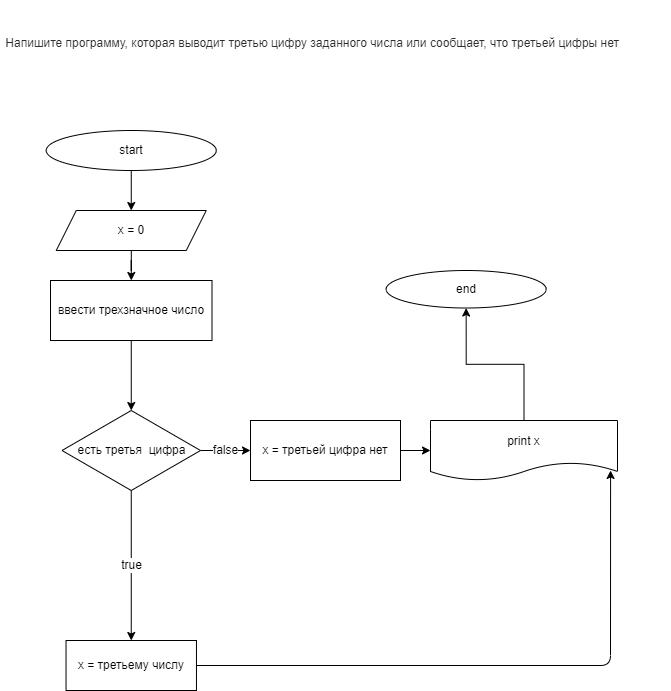
Before: dz2_zadacha13/digram.drawio.png, a diagram exported from draw.io (sntitar/DZ_C-). Source tidied: cells renumbered, new cells last; positions are measured from the earlier drawing's top-left corner, leaving out a move shared by most shapes. Its diagram source:
```xml
<mxGraphModel>
  <root>
    <mxCell id="0" />
    <mxCell id="1" parent="0" />
    <mxCell id="2" style="edgeStyle=orthogonalEdgeStyle;rounded=0;jettySize=auto;html=1;" parent="1" edge="1" source="3" target="5">
      <mxGeometry relative="1" as="geometry" />
    </mxCell>
    <mxCell id="3" value="start" style="ellipse;whiteSpace=wrap;html=1;" parent="1" vertex="1">
      <mxGeometry x="45.8" y="130" width="170" height="40" as="geometry" />
    </mxCell>
    <mxCell id="4" style="edgeStyle=orthogonalEdgeStyle;rounded=0;jettySize=auto;html=1;" parent="1" edge="1" source="5">
      <mxGeometry relative="1" as="geometry">
        <mxPoint x="130.8" y="280" as="targetPoint" />
      </mxGeometry>
    </mxCell>
    <mxCell id="5" value="x = 0" style="shape=parallelogram;perimeter=parallelogramPerimeter;whiteSpace=wrap;html=1;fixedSize=1;" parent="1" vertex="1">
      <mxGeometry x="55.8" y="210" width="150" height="40" as="geometry" />
    </mxCell>
    <mxCell id="6" style="edgeStyle=none;html=1;fontSize=12;" parent="1" edge="1" source="7" target="16">
      <mxGeometry relative="1" as="geometry" />
    </mxCell>
    <mxCell id="7" value="&lt;span&gt;ввести трехзначное число&lt;/span&gt;" style="whiteSpace=wrap;html=1;" parent="1" vertex="1">
      <mxGeometry x="50" y="280" width="161.5" height="60" as="geometry" />
    </mxCell>
    <mxCell id="8" style="edgeStyle=none;html=1;entryX=0.963;entryY=0.833;entryDx=0;entryDy=0;entryPerimeter=0;" parent="1" edge="1" source="9" target="11">
      <mxGeometry relative="1" as="geometry">
        <Array as="points">
          <mxPoint x="610" y="665" />
        </Array>
      </mxGeometry>
    </mxCell>
    <mxCell id="9" value="x = третьему числу" style="whiteSpace=wrap;html=1;" parent="1" vertex="1">
      <mxGeometry x="65.5" y="640" width="130.4" height="50" as="geometry" />
    </mxCell>
    <mxCell id="10" style="edgeStyle=orthogonalEdgeStyle;rounded=0;jettySize=auto;html=1;" parent="1" edge="1" source="11" target="12">
      <mxGeometry relative="1" as="geometry" />
    </mxCell>
    <mxCell id="11" value="print x" style="shape=document;whiteSpace=wrap;html=1;boundedLbl=1;" parent="1" vertex="1">
      <mxGeometry x="430" y="420" width="187" height="60" as="geometry" />
    </mxCell>
    <mxCell id="12" value="end" style="ellipse;whiteSpace=wrap;html=1;" parent="1" vertex="1">
      <mxGeometry x="385.7" y="270" width="160" height="37.5" as="geometry" />
    </mxCell>
    <mxCell id="13" value="&lt;br&gt;&lt;br&gt;&lt;font style=&quot;font-size: 12px&quot;&gt;&lt;span style=&quot;color: rgb(44 , 45 , 48) ; font-family: &amp;#34;roboto&amp;#34; , &amp;#34;san francisco&amp;#34; , &amp;#34;helvetica neue&amp;#34; , &amp;#34;helvetica&amp;#34; , &amp;#34;arial&amp;#34; ; font-style: normal ; font-weight: 400 ; letter-spacing: normal ; text-indent: 0px ; text-transform: none ; word-spacing: 0px ; background-color: rgb(255 , 255 , 255) ; display: inline ; float: none&quot;&gt;&amp;nbsp;Напишите программу, которая выводит третью цифру заданного числа или сообщает, что третьей цифры нет&lt;/span&gt;&lt;br&gt;&lt;/font&gt;" style="text;whiteSpace=wrap;html=1;" parent="1" vertex="1">
      <mxGeometry width="670" height="50" as="geometry" />
    </mxCell>
    <mxCell id="14" value="true" style="edgeStyle=none;html=1;entryX=0.5;entryY=0;entryDx=0;entryDy=0;fontSize=12;" parent="1" edge="1" source="16" target="9">
      <mxGeometry relative="1" as="geometry" />
    </mxCell>
    <mxCell id="15" value="false" style="edgeStyle=none;html=1;fontSize=12;" parent="1" edge="1" source="16" target="18">
      <mxGeometry relative="1" as="geometry" />
    </mxCell>
    <mxCell id="16" value="есть третья&amp;nbsp; цифра" style="rhombus;whiteSpace=wrap;html=1;" parent="1" vertex="1">
      <mxGeometry x="61.5" y="410" width="138.5" height="80" as="geometry" />
    </mxCell>
    <mxCell id="17" style="edgeStyle=none;html=1;fontSize=12;" parent="1" edge="1" source="18" target="11">
      <mxGeometry relative="1" as="geometry" />
    </mxCell>
    <mxCell id="18" value="x = третьей цифра нет" style="rounded=0;whiteSpace=wrap;html=1;fontSize=12;" parent="1" vertex="1">
      <mxGeometry x="250" y="420" width="150" height="60" as="geometry" />
    </mxCell>
  </root>
</mxGraphModel>
```
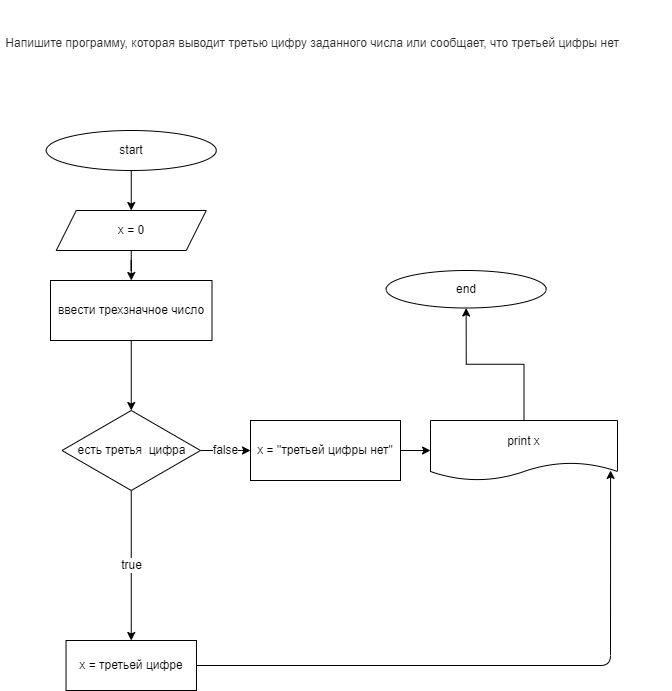
The same diagram one commit later.

Diff of the diagram source:
```diff
@@ -29,7 +29,7 @@
         </Array>
       </mxGeometry>
     </mxCell>
-    <mxCell id="9" value="x = третьему числу" style="whiteSpace=wrap;html=1;" parent="1" vertex="1">
+    <mxCell id="9" value="x = третьей цифре" style="whiteSpace=wrap;html=1;" parent="1" vertex="1">
       <mxGeometry x="65.5" y="640" width="130.4" height="50" as="geometry" />
     </mxCell>
     <mxCell id="10" style="edgeStyle=orthogonalEdgeStyle;rounded=0;jettySize=auto;html=1;" parent="1" edge="1" source="11" target="12">
@@ -56,7 +56,7 @@
     <mxCell id="17" style="edgeStyle=none;html=1;fontSize=12;" parent="1" edge="1" source="18" target="11">
       <mxGeometry relative="1" as="geometry" />
     </mxCell>
-    <mxCell id="18" value="x = третьей цифра нет" style="rounded=0;whiteSpace=wrap;html=1;fontSize=12;" parent="1" vertex="1">
+    <mxCell id="18" value="x = &quot;третьей цифры нет&quot;" style="rounded=0;whiteSpace=wrap;html=1;fontSize=12;" parent="1" vertex="1">
       <mxGeometry x="250" y="420" width="150" height="60" as="geometry" />
     </mxCell>
   </root>
```
